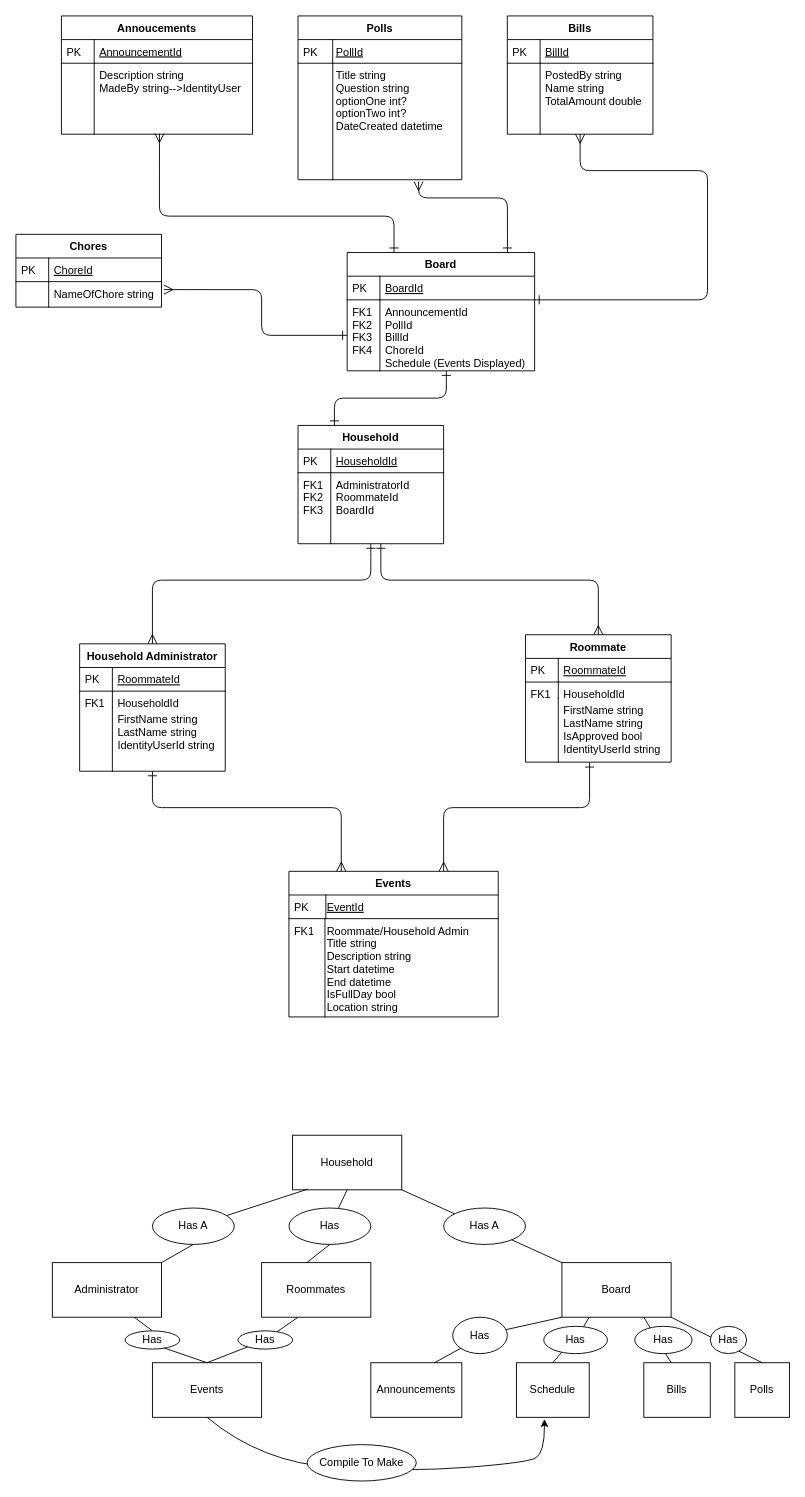
Before: UserStoriesAndPlanningDocuments/IndividualCapstone.drawio in andrewbaird17/Capstone_TheCommonRoom, a draw.io diagram. Source tidied: cells renumbered, new cells numbered last; positions are measured from the earlier drawing's top-left corner, leaving out a move shared by most shapes. Both pictures are drawn from the tidied source at 91%, with x=0, y=0 at pixel (15, 15).
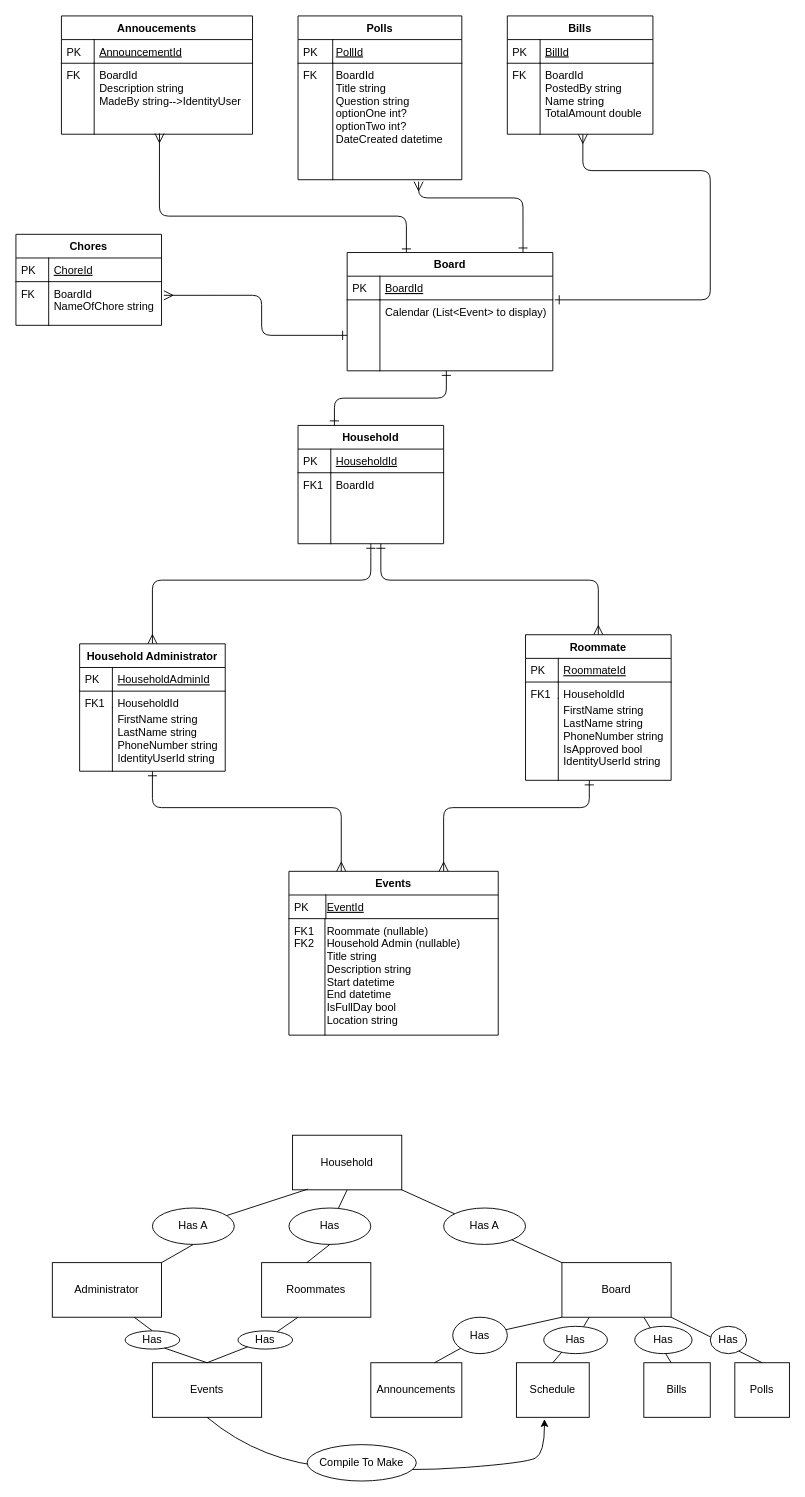
The same diagram, later.

The change refers to these unchanged cells:
```xml
<mxCell id="4" value="Household" style="swimlane;fontStyle=1;horizontal=1;startSize=26;rounded=0;shadow=0;strokeWidth=1;" parent="1" vertex="1">
  <mxGeometry x="310" y="450" width="160" height="130" as="geometry" />
</mxCell>
<mxCell id="16" value="Household Administrator" style="swimlane;fontStyle=1;horizontal=1;startSize=26;rounded=0;shadow=0;strokeWidth=1;" parent="1" vertex="1">
  <mxGeometry x="70" y="690" width="160" height="140" as="geometry" />
</mxCell>
<mxCell id="24" value="Polls" style="swimlane;fontStyle=1;horizontal=1;startSize=26;rounded=0;shadow=0;strokeWidth=1;" parent="1" vertex="1">
  <mxGeometry x="310" width="180" height="180" as="geometry" />
</mxCell>
<mxCell id="29" value="Annoucements" style="swimlane;fontStyle=1;horizontal=1;startSize=26;rounded=0;shadow=0;strokeWidth=1;" parent="1" vertex="1">
  <mxGeometry x="50" width="210" height="130" as="geometry" />
</mxCell>
<mxCell id="34" value="Bills" style="swimlane;fontStyle=1;horizontal=1;startSize=26;rounded=0;shadow=0;strokeWidth=1;" parent="1" vertex="1">
  <mxGeometry x="540" width="160" height="130" as="geometry" />
</mxCell>
```

Change to the diagram source:
```diff
@@
-    <mxCell id="7" value="AdministratorId&#10;RoommateId&#10;BoardId" style="shape=partialRectangle;top=0;left=0;right=0;bottom=0;align=left;verticalAlign=top;fillColor=none;spacingLeft=40;spacingRight=4;overflow=hidden;rounded=0;shadow=0;strokeWidth=1;" parent="4" vertex="1">
+    <mxCell id="7" value="BoardId" style="shape=partialRectangle;top=0;left=0;right=0;bottom=0;align=left;verticalAlign=top;fillColor=none;spacingLeft=40;spacingRight=4;overflow=hidden;rounded=0;shadow=0;strokeWidth=1;" parent="4" vertex="1">
       <mxGeometry y="52" width="160" height="78" as="geometry" />
     </mxCell>
-    <mxCell id="8" value="FK1&#10;FK2&#10;FK3" style="shape=partialRectangle;top=0;left=0;bottom=0;fillColor=none;align=left;verticalAlign=top;spacingLeft=4;spacingRight=4;overflow=hidden;" parent="7" vertex="1">
+    <mxCell id="8" value="FK1" style="shape=partialRectangle;top=0;left=0;bottom=0;fillColor=none;align=left;verticalAlign=top;spacingLeft=4;spacingRight=4;overflow=hidden;" parent="7" vertex="1">
       <mxGeometry width="36" height="78" as="geometry" />
     </mxCell>
     <mxCell id="9" value="Roommate" style="swimlane;fontStyle=1;horizontal=1;startSize=26;rounded=0;shadow=0;strokeWidth=1;" parent="1" vertex="1">
-      <mxGeometry x="560" y="680" width="160" height="140" as="geometry" />
+      <mxGeometry x="560" y="680" width="160" height="160" as="geometry" />
     </mxCell>
@@
-    <mxCell id="14" value="FirstName string&#10;LastName string&#10;IsApproved bool&#10;IdentityUserId string" style="shape=partialRectangle;top=0;left=0;right=0;bottom=0;align=left;verticalAlign=top;fillColor=none;spacingLeft=40;spacingRight=4;overflow=hidden;points=[[0,0.5],[1,0.5]];portConstraint=eastwest;rounded=0;shadow=0;strokeWidth=1;fontStyle=0;" parent="9" vertex="1">
-      <mxGeometry y="70" width="160" height="70" as="geometry" />
+    <mxCell id="14" value="FirstName string&#10;LastName string&#10;PhoneNumber string&#10;IsApproved bool&#10;IdentityUserId string" style="shape=partialRectangle;top=0;left=0;right=0;bottom=0;align=left;verticalAlign=top;fillColor=none;spacingLeft=40;spacingRight=4;overflow=hidden;points=[[0,0.5],[1,0.5]];portConstraint=eastwest;rounded=0;shadow=0;strokeWidth=1;fontStyle=0;" parent="9" vertex="1">
+      <mxGeometry y="70" width="160" height="90" as="geometry" />
     </mxCell>
     <mxCell id="15" style="shape=partialRectangle;top=0;left=0;bottom=0;fillColor=none;align=left;verticalAlign=top;spacingLeft=4;spacingRight=4;overflow=hidden;" parent="14" vertex="1">
-      <mxGeometry width="36" height="70" as="geometry" />
+      <mxGeometry width="36" height="90" as="geometry" />
     </mxCell>
@@
-    <mxCell id="17" value="RoommateId" style="shape=partialRectangle;top=0;left=0;right=0;bottom=1;align=left;verticalAlign=top;fillColor=none;spacingLeft=40;spacingRight=4;overflow=hidden;rounded=0;shadow=0;strokeWidth=1;fontStyle=4;" parent="16" vertex="1">
+    <mxCell id="17" value="HouseholdAdminId" style="shape=partialRectangle;top=0;left=0;right=0;bottom=1;align=left;verticalAlign=top;fillColor=none;spacingLeft=40;spacingRight=4;overflow=hidden;rounded=0;shadow=0;strokeWidth=1;fontStyle=4;" parent="16" vertex="1">
       <mxGeometry y="26" width="160" height="26" as="geometry" />
     </mxCell>
@@
-    <mxCell id="21" value="FirstName string&#10;LastName string&#10;IdentityUserId string" style="shape=partialRectangle;top=0;left=0;right=0;bottom=0;align=left;verticalAlign=top;fillColor=none;spacingLeft=40;spacingRight=4;overflow=hidden;rounded=0;shadow=0;strokeWidth=1;fontStyle=0;" parent="16" vertex="1">
+    <mxCell id="21" value="FirstName string&#10;LastName string&#10;PhoneNumber string&#10;IdentityUserId string" style="shape=partialRectangle;top=0;left=0;right=0;bottom=0;align=left;verticalAlign=top;fillColor=none;spacingLeft=40;spacingRight=4;overflow=hidden;rounded=0;shadow=0;strokeWidth=1;fontStyle=0;" parent="16" vertex="1">
       <mxGeometry y="70" width="160" height="70" as="geometry" />
     </mxCell>
@@
-    <mxCell id="27" value="Title string&#10;Question string&#10;optionOne int?&#10;optionTwo int?&#10;DateCreated datetime" style="shape=partialRectangle;top=0;left=0;right=0;bottom=0;align=left;verticalAlign=top;fillColor=none;spacingLeft=40;spacingRight=4;overflow=hidden;points=[[0,0.5],[1,0.5]];portConstraint=eastwest;rounded=0;shadow=0;strokeWidth=1;" parent="24" vertex="1">
+    <mxCell id="27" value="BoardId&#10;Title string&#10;Question string&#10;optionOne int?&#10;optionTwo int?&#10;DateCreated datetime" style="shape=partialRectangle;top=0;left=0;right=0;bottom=0;align=left;verticalAlign=top;fillColor=none;spacingLeft=40;spacingRight=4;overflow=hidden;points=[[0,0.5],[1,0.5]];portConstraint=eastwest;rounded=0;shadow=0;strokeWidth=1;" parent="24" vertex="1">
       <mxGeometry y="52" width="180" height="128" as="geometry" />
     </mxCell>
-    <mxCell id="28" style="shape=partialRectangle;top=0;left=0;bottom=0;fillColor=none;align=left;verticalAlign=top;spacingLeft=4;spacingRight=4;overflow=hidden;" parent="27" vertex="1">
+    <mxCell id="28" value="FK" style="shape=partialRectangle;top=0;left=0;bottom=0;fillColor=none;align=left;verticalAlign=top;spacingLeft=4;spacingRight=4;overflow=hidden;" parent="27" vertex="1">
       <mxGeometry width="38.2" height="128" as="geometry" />
     </mxCell>
@@
-    <mxCell id="32" value="Description string&#10;MadeBy string--&gt;IdentityUser" style="shape=partialRectangle;top=0;left=0;right=0;bottom=0;align=left;verticalAlign=top;fillColor=none;spacingLeft=40;spacingRight=4;overflow=hidden;points=[[0,0.5],[1,0.5]];portConstraint=eastwest;rounded=0;shadow=0;strokeWidth=1;" parent="29" vertex="1">
+    <mxCell id="32" value="BoardId&#10;Description string&#10;MadeBy string--&gt;IdentityUser" style="shape=partialRectangle;top=0;left=0;right=0;bottom=0;align=left;verticalAlign=top;fillColor=none;spacingLeft=40;spacingRight=4;overflow=hidden;points=[[0,0.5],[1,0.5]];portConstraint=eastwest;rounded=0;shadow=0;strokeWidth=1;" parent="29" vertex="1">
       <mxGeometry y="52" width="210" height="78" as="geometry" />
     </mxCell>
-    <mxCell id="33" style="shape=partialRectangle;top=0;left=0;bottom=0;fillColor=none;align=left;verticalAlign=top;spacingLeft=4;spacingRight=4;overflow=hidden;" parent="32" vertex="1">
+    <mxCell id="33" value="FK" style="shape=partialRectangle;top=0;left=0;bottom=0;fillColor=none;align=left;verticalAlign=top;spacingLeft=4;spacingRight=4;overflow=hidden;" parent="32" vertex="1">
       <mxGeometry width="36" height="78" as="geometry" />
     </mxCell>
@@
-    <mxCell id="37" value="PostedBy string&#10;Name string&#10;TotalAmount double" style="shape=partialRectangle;top=0;left=0;right=0;bottom=0;align=left;verticalAlign=top;fillColor=none;spacingLeft=40;spacingRight=4;overflow=hidden;rounded=0;shadow=0;strokeWidth=1;" parent="34" vertex="1">
+    <mxCell id="37" value="BoardId&#10;PostedBy string&#10;Name string&#10;TotalAmount double" style="shape=partialRectangle;top=0;left=0;right=0;bottom=0;align=left;verticalAlign=top;fillColor=none;spacingLeft=40;spacingRight=4;overflow=hidden;rounded=0;shadow=0;strokeWidth=1;" parent="34" vertex="1">
       <mxGeometry y="52" width="160" height="78" as="geometry" />
     </mxCell>
-    <mxCell id="38" style="shape=partialRectangle;top=0;left=0;bottom=0;fillColor=none;align=left;verticalAlign=top;spacingLeft=4;spacingRight=4;overflow=hidden;" parent="37" vertex="1">
+    <mxCell id="38" value="FK" style="shape=partialRectangle;top=0;left=0;bottom=0;fillColor=none;align=left;verticalAlign=top;spacingLeft=4;spacingRight=4;overflow=hidden;" parent="37" vertex="1">
       <mxGeometry width="36" height="78" as="geometry" />
     </mxCell>
     <mxCell id="39" value="Events" style="swimlane;fontStyle=1;horizontal=1;startSize=26;rounded=0;shadow=0;strokeWidth=1;" parent="1" vertex="1">
-      <mxGeometry x="300" y="940" width="230" height="160" as="geometry" />
+      <mxGeometry x="300" y="940" width="230" height="180" as="geometry" />
     </mxCell>
@@
-    <mxCell id="42" value="Roommate/Household Admin&#10;Title string&#10;Description string&#10;Start datetime&#10;End datetime&#10;IsFullDay bool&#10;Location string" style="shape=partialRectangle;top=0;left=0;right=0;bottom=0;align=left;verticalAlign=top;fillColor=none;spacingLeft=40;spacingRight=4;overflow=hidden;rounded=0;shadow=0;strokeWidth=1;" parent="39" vertex="1">
-      <mxGeometry y="52" width="230" height="108" as="geometry" />
+    <mxCell id="42" value="Roommate (nullable)&#10;Household Admin (nullable)&#10;Title string&#10;Description string&#10;Start datetime&#10;End datetime&#10;IsFullDay bool&#10;Location string" style="shape=partialRectangle;top=0;left=0;right=0;bottom=0;align=left;verticalAlign=top;fillColor=none;spacingLeft=40;spacingRight=4;overflow=hidden;rounded=0;shadow=0;strokeWidth=1;" parent="39" vertex="1">
+      <mxGeometry y="52" width="230" height="128" as="geometry" />
     </mxCell>
-    <mxCell id="43" value="FK1&#10;" style="shape=partialRectangle;top=0;left=0;bottom=0;fillColor=none;align=left;verticalAlign=top;spacingLeft=4;spacingRight=4;overflow=hidden;" parent="42" vertex="1">
-      <mxGeometry width="39.6" height="108" as="geometry" />
+    <mxCell id="43" value="FK1&#10;FK2" style="shape=partialRectangle;top=0;left=0;bottom=0;fillColor=none;align=left;verticalAlign=top;spacingLeft=4;spacingRight=4;overflow=hidden;" parent="42" vertex="1">
+      <mxGeometry width="39.6" height="128" as="geometry" />
     </mxCell>
@@
-    <mxCell id="45" style="edgeStyle=orthogonalEdgeStyle;endArrow=ERmany;startArrow=ERone;shadow=0;strokeWidth=1;endSize=8;startSize=8;startFill=0;endFill=0;entryX=0.25;entryY=0;entryDx=0;entryDy=0;exitX=0.44;exitY=1.006;exitDx=0;exitDy=0;exitPerimeter=0;" parent="1" edge="1" source="14">
+    <mxCell id="45" style="edgeStyle=orthogonalEdgeStyle;endArrow=ERmany;startArrow=ERone;shadow=0;strokeWidth=1;endSize=8;startSize=8;startFill=0;endFill=0;entryX=0.25;entryY=0;entryDx=0;entryDy=0;exitX=0.438;exitY=1;exitDx=0;exitDy=0;exitPerimeter=0;" parent="1" edge="1" source="14">
       <mxGeometry relative="1" as="geometry">
         <mxPoint x="470" y="940" as="targetPoint" />
         <Array as="points">
           <mxPoint x="630" y="870" />
           <mxPoint x="470" y="870" />
         </Array>
       </mxGeometry>
     </mxCell>
-    <mxCell id="46" style="edgeStyle=orthogonalEdgeStyle;endArrow=ERone;startArrow=ERmany;shadow=0;strokeWidth=1;endSize=8;startSize=8;startFill=0;endFill=0;" parent="1" edge="1">
+    <mxCell id="46" style="edgeStyle=orthogonalEdgeStyle;endArrow=ERone;startArrow=ERmany;shadow=0;strokeWidth=1;endSize=8;startSize=8;startFill=0;endFill=0;entryX=1.009;entryY=0;entryDx=0;entryDy=0;entryPerimeter=0;" parent="1" edge="1" target="53">
       <mxGeometry relative="1" as="geometry">
-        <mxPoint x="620" y="130" as="sourcePoint" />
-        <mxPoint x="570" y="312" as="targetPoint" />
+        <mxPoint x="623" y="130" as="sourcePoint" />
         <Array as="points">
-          <mxPoint x="620" y="170" />
-          <mxPoint x="760" y="170" />
-          <mxPoint x="760" y="312" />
+          <mxPoint x="623" y="170" />
+          <mxPoint x="763" y="170" />
+          <mxPoint x="763" y="312" />
         </Array>
       </mxGeometry>
     </mxCell>
     <mxCell id="47" style="edgeStyle=orthogonalEdgeStyle;endArrow=ERone;startArrow=ERmany;shadow=0;strokeWidth=1;endSize=8;startSize=8;entryX=0.855;entryY=0;entryDx=0;entryDy=0;startFill=0;endFill=0;exitX=0.736;exitY=1.016;exitDx=0;exitDy=0;exitPerimeter=0;entryPerimeter=0;" parent="1" edge="1" source="27" target="50">
       <mxGeometry relative="1" as="geometry">
         <Array as="points">
           <mxPoint x="443" y="200" />
-          <mxPoint x="540" y="200" />
+          <mxPoint x="557" y="200" />
         </Array>
       </mxGeometry>
     </mxCell>
-    <mxCell id="48" style="edgeStyle=orthogonalEdgeStyle;endArrow=ERone;startArrow=ERmany;shadow=0;strokeWidth=1;endSize=8;startSize=8;entryX=0.25;entryY=0;entryDx=0;entryDy=0;startFill=0;endFill=0;exitX=0.513;exitY=0.99;exitDx=0;exitDy=0;exitPerimeter=0;" parent="1" edge="1" source="32" target="50">
+    <mxCell id="48" style="edgeStyle=orthogonalEdgeStyle;endArrow=ERone;startArrow=ERmany;shadow=0;strokeWidth=1;endSize=8;startSize=8;startFill=0;endFill=0;exitX=0.513;exitY=0.99;exitDx=0;exitDy=0;exitPerimeter=0;entryX=0.288;entryY=0.008;entryDx=0;entryDy=0;entryPerimeter=0;" parent="1" edge="1" source="32" target="50">
       <mxGeometry relative="1" as="geometry">
         <Array as="points">
           <mxPoint x="158" y="220" />
-          <mxPoint x="416" y="220" />
+          <mxPoint x="429" y="220" />
         </Array>
       </mxGeometry>
     </mxCell>
     <mxCell id="49" style="edgeStyle=orthogonalEdgeStyle;endArrow=ERone;startArrow=ERmany;shadow=0;strokeWidth=1;endSize=8;startSize=8;entryX=0;entryY=0.5;entryDx=0;entryDy=0;startFill=0;endFill=0;exitX=1.016;exitY=0.313;exitDx=0;exitDy=0;exitPerimeter=0;" parent="1" edge="1" source="58" target="53">
       <mxGeometry relative="1" as="geometry">
         <Array as="points">
-          <mxPoint x="270" y="301" />
+          <mxPoint x="270" y="307" />
           <mxPoint x="270" y="351" />
         </Array>
       </mxGeometry>
     </mxCell>
     <mxCell id="50" value="Board" style="swimlane;fontStyle=1;horizontal=1;startSize=26;rounded=0;shadow=0;strokeWidth=1;" parent="1" vertex="1">
-      <mxGeometry x="364" y="260" width="206" height="130" as="geometry" />
+      <mxGeometry x="364" y="260" width="226" height="130" as="geometry" />
     </mxCell>
     <mxCell id="51" value="BoardId" style="shape=partialRectangle;top=0;left=0;right=0;bottom=1;align=left;verticalAlign=top;fillColor=none;spacingLeft=40;spacingRight=4;overflow=hidden;rounded=0;shadow=0;strokeWidth=1;fontStyle=4;" parent="50" vertex="1">
-      <mxGeometry y="26" width="206" height="26" as="geometry" />
+      <mxGeometry y="26" width="226" height="26" as="geometry" />
     </mxCell>
@@
-    <mxCell id="53" value="AnnouncementId&#10;PollId&#10;BillId&#10;ChoreId&#10;Schedule (Events Displayed)" style="shape=partialRectangle;top=0;left=0;right=0;bottom=0;align=left;verticalAlign=top;fillColor=none;spacingLeft=40;spacingRight=4;overflow=hidden;points=[[0,0.5],[1,0.5]];portConstraint=eastwest;rounded=0;shadow=0;strokeWidth=1;" parent="50" vertex="1">
-      <mxGeometry y="52" width="206" height="78" as="geometry" />
+    <mxCell id="53" value="Calendar (List&lt;Event&gt; to display)" style="shape=partialRectangle;top=0;left=0;right=0;bottom=0;align=left;verticalAlign=top;fillColor=none;spacingLeft=40;spacingRight=4;overflow=hidden;points=[[0,0.5],[1,0.5]];portConstraint=eastwest;rounded=0;shadow=0;strokeWidth=1;" parent="50" vertex="1">
+      <mxGeometry y="52" width="226" height="78" as="geometry" />
     </mxCell>
-    <mxCell id="54" value="FK1&#10;FK2&#10;FK3&#10;FK4" style="shape=partialRectangle;top=0;left=0;bottom=0;fillColor=none;align=left;verticalAlign=top;spacingLeft=4;spacingRight=4;overflow=hidden;" parent="53" vertex="1">
+    <mxCell id="54" style="shape=partialRectangle;top=0;left=0;bottom=0;fillColor=none;align=left;verticalAlign=top;spacingLeft=4;spacingRight=4;overflow=hidden;" parent="53" vertex="1">
       <mxGeometry width="36" height="78" as="geometry" />
     </mxCell>
     <mxCell id="55" value="Chores" style="swimlane;fontStyle=1;horizontal=1;startSize=26;rounded=0;shadow=0;strokeWidth=1;" parent="1" vertex="1">
-      <mxGeometry y="240" width="160" height="80" as="geometry" />
+      <mxGeometry y="240" width="160" height="100" as="geometry" />
     </mxCell>
@@
-    <mxCell id="58" value="NameOfChore string" style="shape=partialRectangle;top=0;left=0;right=0;bottom=0;align=left;verticalAlign=top;fillColor=none;spacingLeft=40;spacingRight=4;overflow=hidden;points=[[0,0.5],[1,0.5]];portConstraint=eastwest;rounded=0;shadow=0;strokeWidth=1;" parent="55" vertex="1">
-      <mxGeometry y="52" width="160" height="28" as="geometry" />
+    <mxCell id="58" value="BoardId&#10;NameOfChore string" style="shape=partialRectangle;top=0;left=0;right=0;bottom=0;align=left;verticalAlign=top;fillColor=none;spacingLeft=40;spacingRight=4;overflow=hidden;points=[[0,0.5],[1,0.5]];portConstraint=eastwest;rounded=0;shadow=0;strokeWidth=1;" parent="55" vertex="1">
+      <mxGeometry y="52" width="160" height="48" as="geometry" />
     </mxCell>
-    <mxCell id="59" style="shape=partialRectangle;top=0;left=0;bottom=0;fillColor=none;align=left;verticalAlign=top;spacingLeft=4;spacingRight=4;overflow=hidden;" parent="58" vertex="1">
-      <mxGeometry width="36" height="28" as="geometry" />
+    <mxCell id="59" value="FK" style="shape=partialRectangle;top=0;left=0;bottom=0;fillColor=none;align=left;verticalAlign=top;spacingLeft=4;spacingRight=4;overflow=hidden;" parent="58" vertex="1">
+      <mxGeometry width="36" height="48" as="geometry" />
     </mxCell>
```
